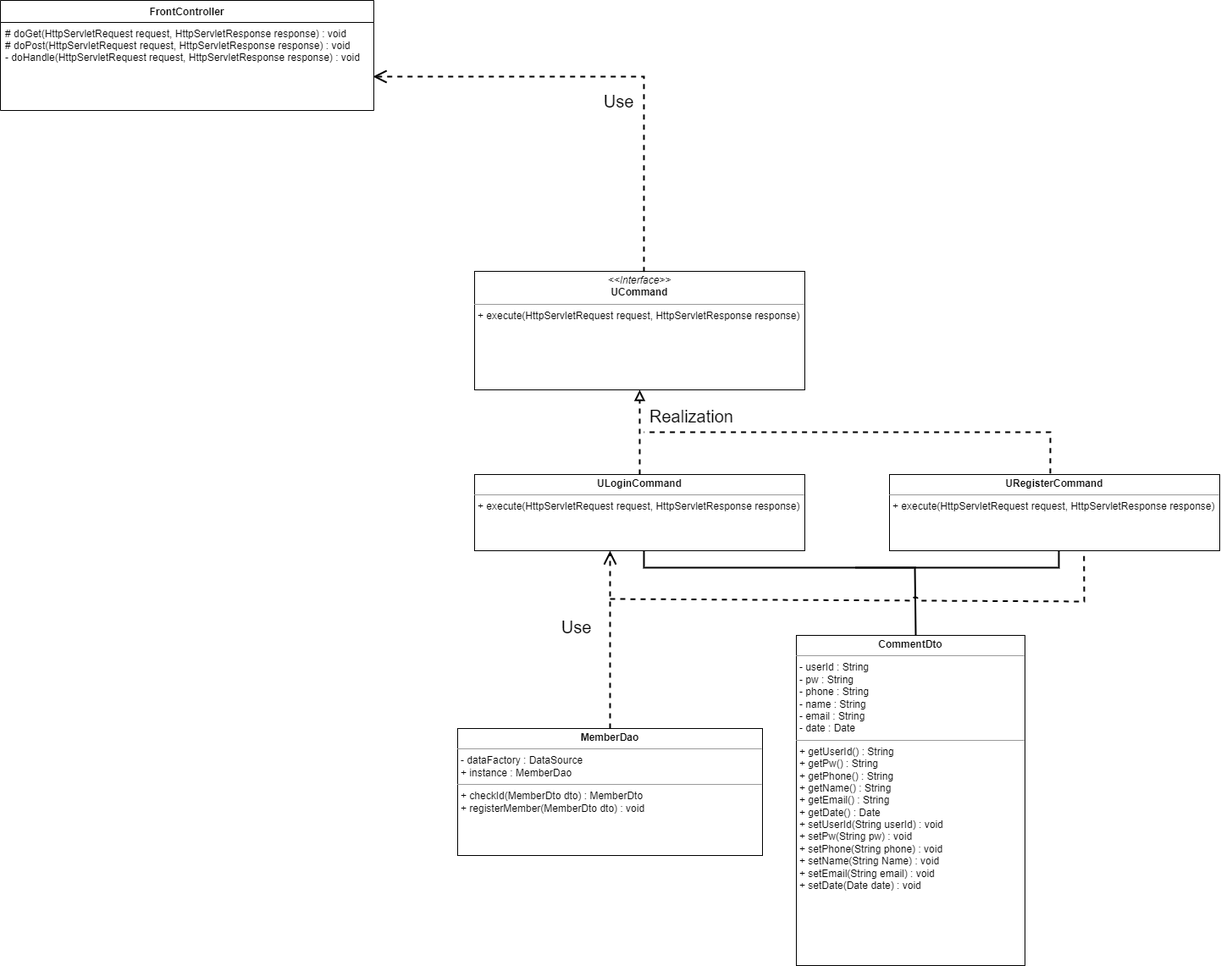
This is project_1/6. 포트폴리오/Class Diagram/Class Diagram(유저관리).drawio.png from p1p2p1/Project_DLT, a draw.io export, as it was before one commit. Source tidied: cells renumbered, new cells last; positions are measured from the earlier drawing's top-left corner, leaving out a move shared by most shapes. Its diagram source:
```xml
<mxGraphModel>
  <root>
    <mxCell id="0" />
    <mxCell id="1" parent="0" />
    <mxCell id="2" value="FrontController" style="swimlane;fontStyle=1;align=center;verticalAlign=top;horizontal=1;startSize=26;rounded=0;shadow=0;strokeWidth=1;" parent="1" vertex="1">
      <mxGeometry width="441" height="130" as="geometry" />
    </mxCell>
    <mxCell id="3" value="# doGet(HttpServletRequest request, HttpServletResponse response) : void&#10;# doPost(HttpServletRequest request, HttpServletResponse response) : void&#10;- doHandle(HttpServletRequest request, HttpServletResponse response) : void&#10; " style="text;align=left;verticalAlign=top;spacingLeft=4;spacingRight=4;overflow=hidden;points=[[0,0.5],[1,0.5]];portConstraint=eastwest;" parent="2" vertex="1">
      <mxGeometry y="26" width="441" height="104" as="geometry" />
    </mxCell>
    <mxCell id="4" value="&lt;p style=&quot;margin:0px;margin-top:4px;text-align:center;&quot;&gt;&lt;i&gt;&amp;lt;&amp;lt;Interface&amp;gt;&amp;gt;&lt;/i&gt;&lt;br&gt;&lt;b&gt;UCommand&lt;/b&gt;&lt;/p&gt;&lt;hr size=&quot;1&quot;&gt;&lt;p style=&quot;margin:0px;margin-left:4px;&quot;&gt;+ execute(HttpServletRequest request, HttpServletResponse response)&lt;br&gt;&lt;/p&gt;" style="verticalAlign=top;align=left;overflow=fill;fontSize=12;fontFamily=Helvetica;html=1;" parent="1" vertex="1">
      <mxGeometry x="560" y="320" width="390" height="140" as="geometry" />
    </mxCell>
    <mxCell id="5" value="Use" style="endArrow=open;endSize=12;dashed=1;html=1;rounded=0;strokeWidth=2;fontSize=20;jumpStyle=arc;exitX=0.513;exitY=0.005;exitDx=0;exitDy=0;exitPerimeter=0;" parent="1" edge="1" source="4">
      <mxGeometry x="-0.27" y="30" relative="1" as="geometry">
        <mxPoint x="440" y="90" as="targetPoint" />
        <Array as="points">
          <mxPoint x="760" y="90" />
        </Array>
      </mxGeometry>
    </mxCell>
    <mxCell id="6" value="&lt;p style=&quot;margin:0px;margin-top:4px;text-align:center;&quot;&gt;&lt;b&gt;ULoginCommand&lt;/b&gt;&lt;/p&gt;&lt;hr size=&quot;1&quot;&gt;&lt;p style=&quot;margin:0px;margin-left:4px;&quot;&gt;&lt;span style=&quot;background-color: initial;&quot;&gt;+ execute(HttpServletRequest request, HttpServletResponse response)&lt;/span&gt;&lt;br&gt;&lt;/p&gt;" style="verticalAlign=top;align=left;overflow=fill;fontSize=12;fontFamily=Helvetica;html=1;" parent="1" vertex="1">
      <mxGeometry x="560" y="560" width="390" height="90" as="geometry" />
    </mxCell>
    <mxCell id="7" value="&lt;p style=&quot;margin:0px;margin-top:4px;text-align:center;&quot;&gt;&lt;b&gt;URegisterCommand&lt;/b&gt;&lt;/p&gt;&lt;hr size=&quot;1&quot;&gt;&lt;p style=&quot;margin:0px;margin-left:4px;&quot;&gt;&lt;span style=&quot;background-color: initial;&quot;&gt;+ execute(HttpServletRequest request, HttpServletResponse response)&lt;/span&gt;&lt;br&gt;&lt;/p&gt;" style="verticalAlign=top;align=left;overflow=fill;fontSize=12;fontFamily=Helvetica;html=1;" parent="1" vertex="1">
      <mxGeometry x="1050" y="560" width="390" height="90" as="geometry" />
    </mxCell>
    <mxCell id="8" style="endArrow=block;startArrow=none;endFill=0;startFill=0;endSize=8;html=1;verticalAlign=bottom;dashed=1;labelBackgroundColor=none;rounded=0;strokeWidth=2;fontSize=20;jumpStyle=arc;exitX=0.5;exitY=0;exitDx=0;exitDy=0;entryX=0.5;entryY=1;entryDx=0;entryDy=0;" parent="1" edge="1" source="6" target="4">
      <mxGeometry relative="1" as="geometry" />
    </mxCell>
    <mxCell id="9" style="endArrow=none;dashed=1;html=1;rounded=0;strokeWidth=2;fontSize=20;jumpStyle=arc;exitX=0.487;exitY=-0.015;exitDx=0;exitDy=0;exitPerimeter=0;" parent="1" edge="1" source="7">
      <mxGeometry relative="1" as="geometry">
        <mxPoint x="760" y="510" as="targetPoint" />
        <Array as="points">
          <mxPoint x="1240" y="510" />
        </Array>
      </mxGeometry>
    </mxCell>
    <mxCell id="10" value="Realization" style="edgeLabel;html=1;align=center;verticalAlign=middle;fontSize=20;" parent="9" vertex="1">
      <mxGeometry x="0.54" y="-4" relative="1" as="geometry">
        <mxPoint x="-67" y="-16" as="offset" />
      </mxGeometry>
    </mxCell>
    <mxCell id="11" value="&lt;p style=&quot;margin:0px;margin-top:4px;text-align:center;&quot;&gt;&lt;b&gt;CommentDto&lt;/b&gt;&lt;/p&gt;&lt;hr size=&quot;1&quot;&gt;&lt;p style=&quot;margin:0px;margin-left:4px;&quot;&gt;- userId : String&lt;/p&gt;&lt;p style=&quot;margin:0px;margin-left:4px;&quot;&gt;- pw : String&lt;/p&gt;&lt;p style=&quot;margin:0px;margin-left:4px;&quot;&gt;- phone : String&lt;/p&gt;&lt;p style=&quot;margin:0px;margin-left:4px;&quot;&gt;- name : String&lt;/p&gt;&lt;p style=&quot;margin:0px;margin-left:4px;&quot;&gt;- email : String&lt;/p&gt;&lt;p style=&quot;margin:0px;margin-left:4px;&quot;&gt;- date : Date&lt;/p&gt;&lt;hr size=&quot;1&quot;&gt;&lt;p style=&quot;margin:0px;margin-left:4px;&quot;&gt;+ getUserId() : String&lt;/p&gt;&lt;p style=&quot;margin:0px;margin-left:4px;&quot;&gt;+ getPw() : String&lt;/p&gt;&lt;p style=&quot;margin:0px;margin-left:4px;&quot;&gt;+ getPhone() : String&lt;/p&gt;&lt;p style=&quot;margin:0px;margin-left:4px;&quot;&gt;+ getName() : String&lt;/p&gt;&lt;p style=&quot;margin:0px;margin-left:4px;&quot;&gt;+ getEmail() : Strin&lt;span style=&quot;background-color: initial;&quot;&gt;g&lt;/span&gt;&lt;/p&gt;&lt;p style=&quot;margin:0px;margin-left:4px;&quot;&gt;+ getDate() : Date&lt;/p&gt;&lt;p style=&quot;margin:0px;margin-left:4px;&quot;&gt;+ setUserId(String userId) : void&lt;/p&gt;&lt;p style=&quot;margin:0px;margin-left:4px;&quot;&gt;+ setPw(String pw) : void&lt;/p&gt;&lt;p style=&quot;margin:0px;margin-left:4px;&quot;&gt;+ setPhone(String phone) : void&lt;/p&gt;&lt;p style=&quot;margin:0px;margin-left:4px;&quot;&gt;+ setName(String Name) : void&lt;/p&gt;&lt;p style=&quot;margin:0px;margin-left:4px;&quot;&gt;+ setEmail(String email) : void&lt;/p&gt;&lt;p style=&quot;margin:0px;margin-left:4px;&quot;&gt;+ setDate(Date date) : void&lt;/p&gt;" style="verticalAlign=top;align=left;overflow=fill;fontSize=12;fontFamily=Helvetica;html=1;" parent="1" vertex="1">
      <mxGeometry x="940" y="750" width="270" height="390" as="geometry" />
    </mxCell>
    <mxCell id="12" style="endArrow=none;html=1;rounded=0;strokeWidth=2;fontSize=20;jumpStyle=arc;exitX=0.522;exitY=0.001;exitDx=0;exitDy=0;exitPerimeter=0;" parent="1" edge="1" source="11">
      <mxGeometry relative="1" as="geometry">
        <mxPoint x="760" y="650" as="targetPoint" />
        <Array as="points">
          <mxPoint x="1080" y="670" />
          <mxPoint x="760" y="670" />
        </Array>
      </mxGeometry>
    </mxCell>
    <mxCell id="13" style="endArrow=none;html=1;rounded=0;strokeWidth=2;fontSize=20;jumpStyle=arc;" parent="1" edge="1">
      <mxGeometry relative="1" as="geometry">
        <mxPoint x="1250" y="650" as="sourcePoint" />
        <mxPoint x="1010" y="670" as="targetPoint" />
        <Array as="points">
          <mxPoint x="1250" y="670" />
        </Array>
      </mxGeometry>
    </mxCell>
    <mxCell id="14" value="Use" style="endArrow=open;endSize=12;dashed=1;html=1;rounded=0;strokeWidth=2;fontSize=20;jumpStyle=arc;" parent="1" edge="1">
      <mxGeometry x="0.14" y="40" relative="1" as="geometry">
        <mxPoint x="720" y="860" as="sourcePoint" />
        <mxPoint x="720" y="650" as="targetPoint" />
      </mxGeometry>
    </mxCell>
    <mxCell id="15" style="endArrow=none;dashed=1;html=1;rounded=0;strokeWidth=2;fontSize=20;jumpStyle=arc;entryX=0.589;entryY=1.004;entryDx=0;entryDy=0;entryPerimeter=0;" parent="1" edge="1" target="7">
      <mxGeometry relative="1" as="geometry">
        <mxPoint x="720" y="707" as="sourcePoint" />
        <Array as="points">
          <mxPoint x="1280" y="710" />
        </Array>
      </mxGeometry>
    </mxCell>
    <mxCell id="16" value="&lt;p style=&quot;margin:0px;margin-top:4px;text-align:center;&quot;&gt;&lt;b&gt;MemberDao&lt;/b&gt;&lt;/p&gt;&lt;hr size=&quot;1&quot;&gt;&lt;p style=&quot;margin:0px;margin-left:4px;&quot;&gt;- dataFactory : DataSource&lt;/p&gt;&lt;p style=&quot;margin:0px;margin-left:4px;&quot;&gt;+ instance : MemberDao&lt;/p&gt;&lt;hr size=&quot;1&quot;&gt;&lt;p style=&quot;margin:0px;margin-left:4px;&quot;&gt;+ checkId(MemberDto dto) : MemberDto&lt;/p&gt;&lt;p style=&quot;margin:0px;margin-left:4px;&quot;&gt;+ registerMember(MemberDto dto) : void&lt;/p&gt;&lt;p style=&quot;margin:0px;margin-left:4px;&quot;&gt;&lt;br&gt;&lt;/p&gt;" style="verticalAlign=top;align=left;overflow=fill;fontSize=12;fontFamily=Helvetica;html=1;" parent="1" vertex="1">
      <mxGeometry x="540" y="860" width="360" height="150" as="geometry" />
    </mxCell>
  </root>
</mxGraphModel>
```
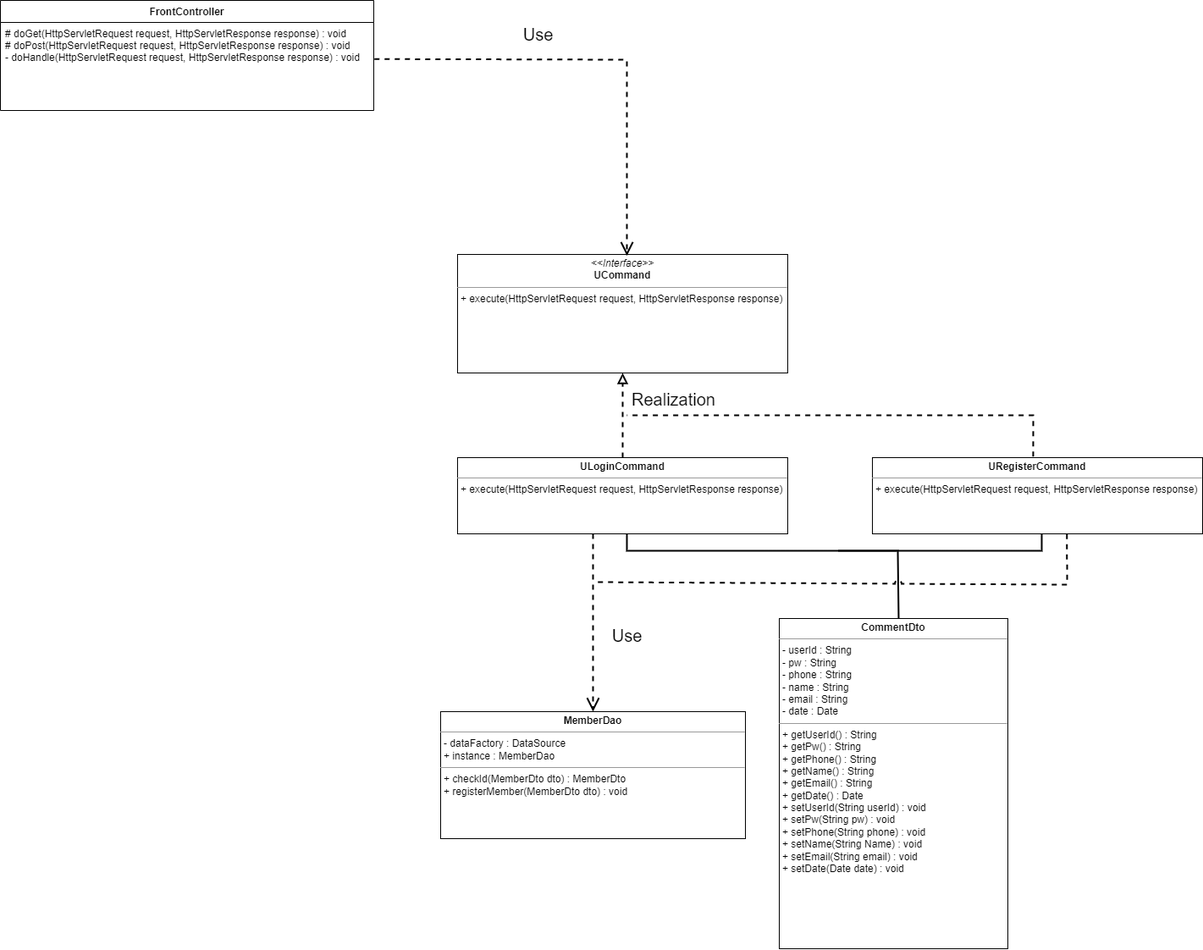
The same diagram one commit later.

Change to the diagram source:
```diff
@@ -3,7 +3,7 @@
     <mxCell id="0" />
     <mxCell id="1" parent="0" />
     <mxCell id="2" value="FrontController" style="swimlane;fontStyle=1;align=center;verticalAlign=top;horizontal=1;startSize=26;rounded=0;shadow=0;strokeWidth=1;" parent="1" vertex="1">
-      <mxGeometry width="441" height="130" as="geometry" />
+      <mxGeometry x="20" y="20" width="441" height="130" as="geometry" />
     </mxCell>
     <mxCell id="3" value="# doGet(HttpServletRequest request, HttpServletResponse response) : void&#10;# doPost(HttpServletRequest request, HttpServletResponse response) : void&#10;- doHandle(HttpServletRequest request, HttpServletResponse response) : void&#10; " style="text;align=left;verticalAlign=top;spacingLeft=4;spacingRight=4;overflow=hidden;points=[[0,0.5],[1,0.5]];portConstraint=eastwest;" parent="2" vertex="1">
       <mxGeometry y="26" width="441" height="104" as="geometry" />
@@ -11,14 +11,6 @@
     <mxCell id="4" value="&lt;p style=&quot;margin:0px;margin-top:4px;text-align:center;&quot;&gt;&lt;i&gt;&amp;lt;&amp;lt;Interface&amp;gt;&amp;gt;&lt;/i&gt;&lt;br&gt;&lt;b&gt;UCommand&lt;/b&gt;&lt;/p&gt;&lt;hr size=&quot;1&quot;&gt;&lt;p style=&quot;margin:0px;margin-left:4px;&quot;&gt;+ execute(HttpServletRequest request, HttpServletResponse response)&lt;br&gt;&lt;/p&gt;" style="verticalAlign=top;align=left;overflow=fill;fontSize=12;fontFamily=Helvetica;html=1;" parent="1" vertex="1">
       <mxGeometry x="560" y="320" width="390" height="140" as="geometry" />
     </mxCell>
-    <mxCell id="5" value="Use" style="endArrow=open;endSize=12;dashed=1;html=1;rounded=0;strokeWidth=2;fontSize=20;jumpStyle=arc;exitX=0.513;exitY=0.005;exitDx=0;exitDy=0;exitPerimeter=0;" parent="1" edge="1" source="4">
-      <mxGeometry x="-0.27" y="30" relative="1" as="geometry">
-        <mxPoint x="440" y="90" as="targetPoint" />
-        <Array as="points">
-          <mxPoint x="760" y="90" />
-        </Array>
-      </mxGeometry>
-    </mxCell>
     <mxCell id="6" value="&lt;p style=&quot;margin:0px;margin-top:4px;text-align:center;&quot;&gt;&lt;b&gt;ULoginCommand&lt;/b&gt;&lt;/p&gt;&lt;hr size=&quot;1&quot;&gt;&lt;p style=&quot;margin:0px;margin-left:4px;&quot;&gt;&lt;span style=&quot;background-color: initial;&quot;&gt;+ execute(HttpServletRequest request, HttpServletResponse response)&lt;/span&gt;&lt;br&gt;&lt;/p&gt;" style="verticalAlign=top;align=left;overflow=fill;fontSize=12;fontFamily=Helvetica;html=1;" parent="1" vertex="1">
       <mxGeometry x="560" y="560" width="390" height="90" as="geometry" />
     </mxCell>
@@ -28,15 +20,15 @@
     <mxCell id="8" style="endArrow=block;startArrow=none;endFill=0;startFill=0;endSize=8;html=1;verticalAlign=bottom;dashed=1;labelBackgroundColor=none;rounded=0;strokeWidth=2;fontSize=20;jumpStyle=arc;exitX=0.5;exitY=0;exitDx=0;exitDy=0;entryX=0.5;entryY=1;entryDx=0;entryDy=0;" parent="1" edge="1" source="6" target="4">
       <mxGeometry relative="1" as="geometry" />
     </mxCell>
-    <mxCell id="9" style="endArrow=none;dashed=1;html=1;rounded=0;strokeWidth=2;fontSize=20;jumpStyle=arc;exitX=0.487;exitY=-0.015;exitDx=0;exitDy=0;exitPerimeter=0;" parent="1" edge="1" source="7">
-      <mxGeometry relative="1" as="geometry">
-        <mxPoint x="760" y="510" as="targetPoint" />
-        <Array as="points">
-          <mxPoint x="1240" y="510" />
-        </Array>
-      </mxGeometry>
-    </mxCell>
+    <mxCell id="17" style="endArrow=none;dashed=1;html=1;rounded=0;strokeWidth=2;fontSize=20;jumpStyle=arc;exitX=0.487;exitY=-0.015;exitDx=0;exitDy=0;exitPerimeter=0;" parent="1" edge="1" source="7">
+      <mxGeometry relative="1" as="geometry">
+        <mxPoint x="760" y="510" as="targetPoint" />
+        <Array as="points">
+          <mxPoint x="1240" y="510" />
+        </Array>
+      </mxGeometry>
+    </mxCell>
-    <mxCell id="10" value="Realization" style="edgeLabel;html=1;align=center;verticalAlign=middle;fontSize=20;" parent="9" vertex="1">
+    <mxCell id="10" value="Realization" style="edgeLabel;html=1;align=center;verticalAlign=middle;fontSize=20;" parent="17" vertex="1">
       <mxGeometry x="0.54" y="-4" relative="1" as="geometry">
         <mxPoint x="-67" y="-16" as="offset" />
       </mxGeometry>
@@ -44,40 +36,47 @@
     <mxCell id="11" value="&lt;p style=&quot;margin:0px;margin-top:4px;text-align:center;&quot;&gt;&lt;b&gt;CommentDto&lt;/b&gt;&lt;/p&gt;&lt;hr size=&quot;1&quot;&gt;&lt;p style=&quot;margin:0px;margin-left:4px;&quot;&gt;- userId : String&lt;/p&gt;&lt;p style=&quot;margin:0px;margin-left:4px;&quot;&gt;- pw : String&lt;/p&gt;&lt;p style=&quot;margin:0px;margin-left:4px;&quot;&gt;- phone : String&lt;/p&gt;&lt;p style=&quot;margin:0px;margin-left:4px;&quot;&gt;- name : String&lt;/p&gt;&lt;p style=&quot;margin:0px;margin-left:4px;&quot;&gt;- email : String&lt;/p&gt;&lt;p style=&quot;margin:0px;margin-left:4px;&quot;&gt;- date : Date&lt;/p&gt;&lt;hr size=&quot;1&quot;&gt;&lt;p style=&quot;margin:0px;margin-left:4px;&quot;&gt;+ getUserId() : String&lt;/p&gt;&lt;p style=&quot;margin:0px;margin-left:4px;&quot;&gt;+ getPw() : String&lt;/p&gt;&lt;p style=&quot;margin:0px;margin-left:4px;&quot;&gt;+ getPhone() : String&lt;/p&gt;&lt;p style=&quot;margin:0px;margin-left:4px;&quot;&gt;+ getName() : String&lt;/p&gt;&lt;p style=&quot;margin:0px;margin-left:4px;&quot;&gt;+ getEmail() : Strin&lt;span style=&quot;background-color: initial;&quot;&gt;g&lt;/span&gt;&lt;/p&gt;&lt;p style=&quot;margin:0px;margin-left:4px;&quot;&gt;+ getDate() : Date&lt;/p&gt;&lt;p style=&quot;margin:0px;margin-left:4px;&quot;&gt;+ setUserId(String userId) : void&lt;/p&gt;&lt;p style=&quot;margin:0px;margin-left:4px;&quot;&gt;+ setPw(String pw) : void&lt;/p&gt;&lt;p style=&quot;margin:0px;margin-left:4px;&quot;&gt;+ setPhone(String phone) : void&lt;/p&gt;&lt;p style=&quot;margin:0px;margin-left:4px;&quot;&gt;+ setName(String Name) : void&lt;/p&gt;&lt;p style=&quot;margin:0px;margin-left:4px;&quot;&gt;+ setEmail(String email) : void&lt;/p&gt;&lt;p style=&quot;margin:0px;margin-left:4px;&quot;&gt;+ setDate(Date date) : void&lt;/p&gt;" style="verticalAlign=top;align=left;overflow=fill;fontSize=12;fontFamily=Helvetica;html=1;" parent="1" vertex="1">
       <mxGeometry x="940" y="750" width="270" height="390" as="geometry" />
     </mxCell>
-    <mxCell id="12" style="endArrow=none;html=1;rounded=0;strokeWidth=2;fontSize=20;jumpStyle=arc;exitX=0.522;exitY=0.001;exitDx=0;exitDy=0;exitPerimeter=0;" parent="1" edge="1" source="11">
-      <mxGeometry relative="1" as="geometry">
-        <mxPoint x="760" y="650" as="targetPoint" />
-        <Array as="points">
-          <mxPoint x="1080" y="670" />
-          <mxPoint x="760" y="670" />
-        </Array>
-      </mxGeometry>
-    </mxCell>
-    <mxCell id="13" style="endArrow=none;html=1;rounded=0;strokeWidth=2;fontSize=20;jumpStyle=arc;" parent="1" edge="1">
-      <mxGeometry relative="1" as="geometry">
-        <mxPoint x="1250" y="650" as="sourcePoint" />
-        <mxPoint x="1010" y="670" as="targetPoint" />
-        <Array as="points">
-          <mxPoint x="1250" y="670" />
-        </Array>
-      </mxGeometry>
-    </mxCell>
+    <mxCell id="18" style="endArrow=none;html=1;rounded=0;strokeWidth=2;fontSize=20;jumpStyle=arc;exitX=0.522;exitY=0.001;exitDx=0;exitDy=0;exitPerimeter=0;" parent="1" edge="1" source="11">
+      <mxGeometry relative="1" as="geometry">
+        <mxPoint x="760" y="650" as="targetPoint" />
+        <Array as="points">
+          <mxPoint x="1080" y="670" />
+          <mxPoint x="760" y="670" />
+        </Array>
+      </mxGeometry>
+    </mxCell>
+    <mxCell id="19" style="endArrow=none;html=1;rounded=0;strokeWidth=2;fontSize=20;jumpStyle=arc;" parent="1" edge="1">
+      <mxGeometry relative="1" as="geometry">
+        <mxPoint x="1250" y="650" as="sourcePoint" />
+        <mxPoint x="1010" y="670" as="targetPoint" />
+        <Array as="points">
+          <mxPoint x="1250" y="670" />
+        </Array>
+      </mxGeometry>
+    </mxCell>
     <mxCell id="14" value="Use" style="endArrow=open;endSize=12;dashed=1;html=1;rounded=0;strokeWidth=2;fontSize=20;jumpStyle=arc;" parent="1" edge="1">
       <mxGeometry x="0.14" y="40" relative="1" as="geometry">
-        <mxPoint x="720" y="860" as="sourcePoint" />
-        <mxPoint x="720" y="650" as="targetPoint" />
+        <mxPoint x="720" y="650" as="sourcePoint" />
+        <mxPoint x="720" y="860" as="targetPoint" />
       </mxGeometry>
     </mxCell>
-    <mxCell id="15" style="endArrow=none;dashed=1;html=1;rounded=0;strokeWidth=2;fontSize=20;jumpStyle=arc;entryX=0.589;entryY=1.004;entryDx=0;entryDy=0;entryPerimeter=0;" parent="1" edge="1" target="7">
-      <mxGeometry relative="1" as="geometry">
-        <mxPoint x="720" y="707" as="sourcePoint" />
-        <Array as="points">
-          <mxPoint x="1280" y="710" />
-        </Array>
-      </mxGeometry>
-    </mxCell>
+    <mxCell id="20" style="endArrow=none;dashed=1;html=1;rounded=0;strokeWidth=2;fontSize=20;jumpStyle=arc;entryX=0.589;entryY=1.004;entryDx=0;entryDy=0;entryPerimeter=0;exitX=0.589;exitY=1.004;exitDx=0;exitDy=0;exitPerimeter=0;" parent="1" edge="1" source="7">
+      <mxGeometry relative="1" as="geometry">
+        <mxPoint x="720" y="707" as="targetPoint" />
+        <Array as="points">
+          <mxPoint x="1280" y="710" />
+        </Array>
+      </mxGeometry>
+    </mxCell>
     <mxCell id="16" value="&lt;p style=&quot;margin:0px;margin-top:4px;text-align:center;&quot;&gt;&lt;b&gt;MemberDao&lt;/b&gt;&lt;/p&gt;&lt;hr size=&quot;1&quot;&gt;&lt;p style=&quot;margin:0px;margin-left:4px;&quot;&gt;- dataFactory : DataSource&lt;/p&gt;&lt;p style=&quot;margin:0px;margin-left:4px;&quot;&gt;+ instance : MemberDao&lt;/p&gt;&lt;hr size=&quot;1&quot;&gt;&lt;p style=&quot;margin:0px;margin-left:4px;&quot;&gt;+ checkId(MemberDto dto) : MemberDto&lt;/p&gt;&lt;p style=&quot;margin:0px;margin-left:4px;&quot;&gt;+ registerMember(MemberDto dto) : void&lt;/p&gt;&lt;p style=&quot;margin:0px;margin-left:4px;&quot;&gt;&lt;br&gt;&lt;/p&gt;" style="verticalAlign=top;align=left;overflow=fill;fontSize=12;fontFamily=Helvetica;html=1;" parent="1" vertex="1">
       <mxGeometry x="540" y="860" width="360" height="150" as="geometry" />
     </mxCell>
+    <mxCell id="5" value="Use" style="endArrow=open;endSize=12;dashed=1;html=1;rounded=0;strokeWidth=2;fontSize=20;jumpStyle=arc;exitX=1.002;exitY=0.416;exitDx=0;exitDy=0;exitPerimeter=0;entryX=0.513;entryY=0.011;entryDx=0;entryDy=0;entryPerimeter=0;" parent="1" edge="1" source="3" target="4">
+      <mxGeometry x="-0.27" y="30" relative="1" as="geometry">
+        <Array as="points">
+          <mxPoint x="760" y="90" />
+        </Array>
+      </mxGeometry>
+    </mxCell>
   </root>
 </mxGraphModel>
```
